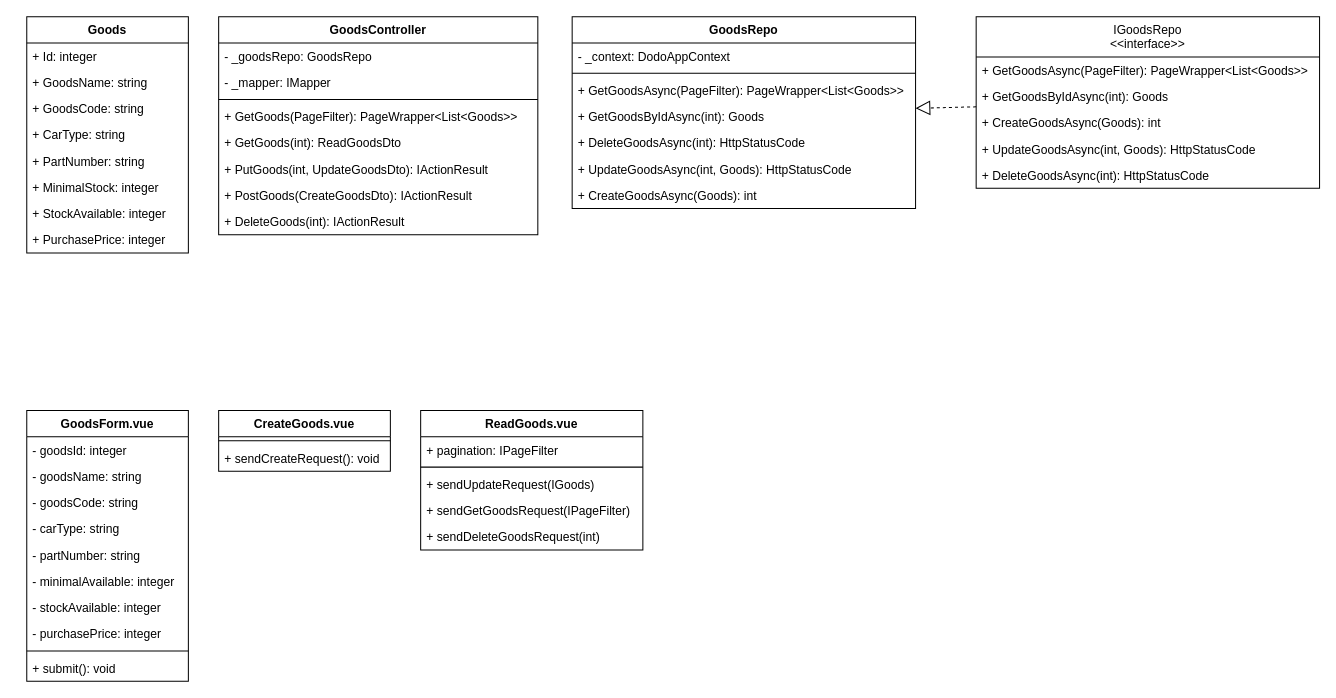
This is page "CRUD-Goods" (1 of 2) of Diagram/Class Diagram.drawio from ryusu777/dodo-app, a draw.io file, before an edit. Source tidied: cells renumbered, new cells numbered last; positions are measured from the earlier drawing's top-left corner, leaving out a move shared by most shapes. Both pictures are drawn from the tidied source at 101%, with x=0, y=0 at pixel (26, 16).
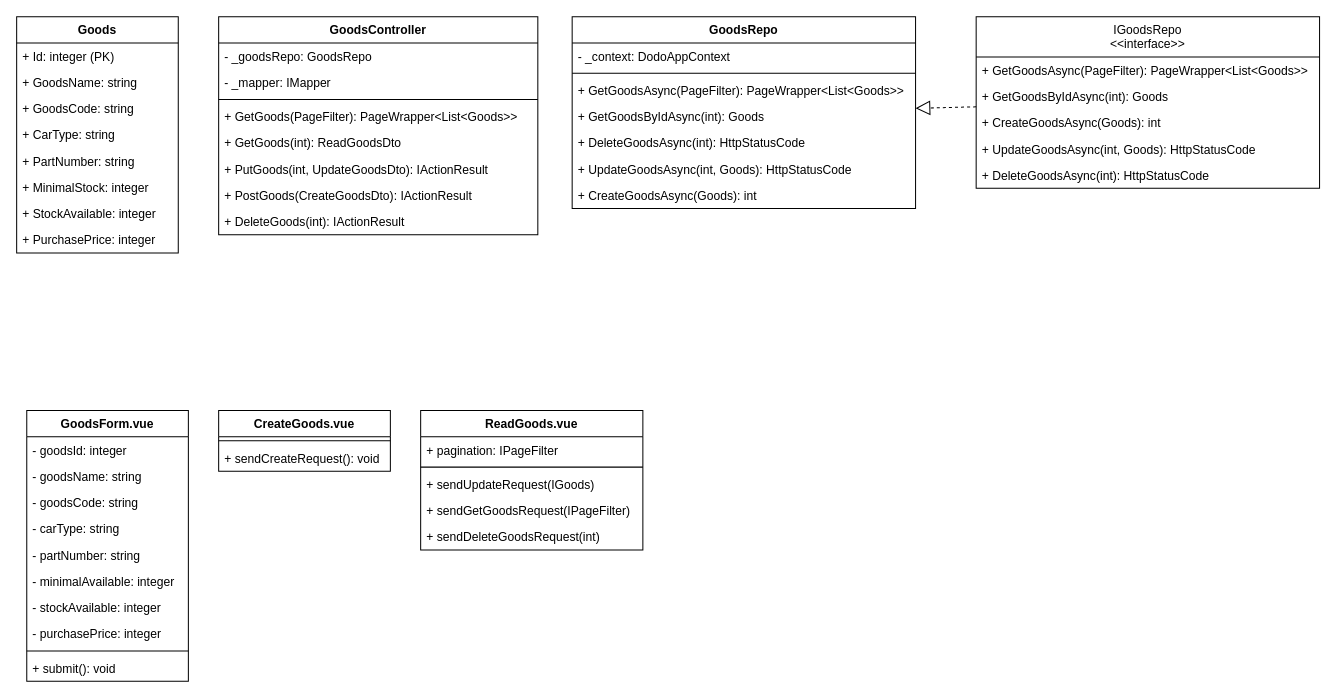
After the change.

Commit message (it also covers changes not shown here):
Class and wireframe diagram for transaction

Change to the diagram source:
```diff
@@
     <mxCell id="2" value="Goods" style="swimlane;fontStyle=1;align=center;verticalAlign=top;horizontal=1;startSize=26;" parent="1" vertex="1">
-      <mxGeometry width="160" height="234" as="geometry" />
+      <mxGeometry x="-10" width="160" height="234" as="geometry" />
     </mxCell>
-    <mxCell id="3" value="+ Id: integer" style="text;strokeColor=none;fillColor=none;align=left;verticalAlign=top;spacingLeft=4;spacingRight=4;overflow=hidden;" parent="2" vertex="1">
+    <mxCell id="3" value="+ Id: integer (PK)" style="text;strokeColor=none;fillColor=none;align=left;verticalAlign=top;spacingLeft=4;spacingRight=4;overflow=hidden;" parent="2" vertex="1">
       <mxGeometry y="26" width="160" height="26" as="geometry" />
     </mxCell>
```
